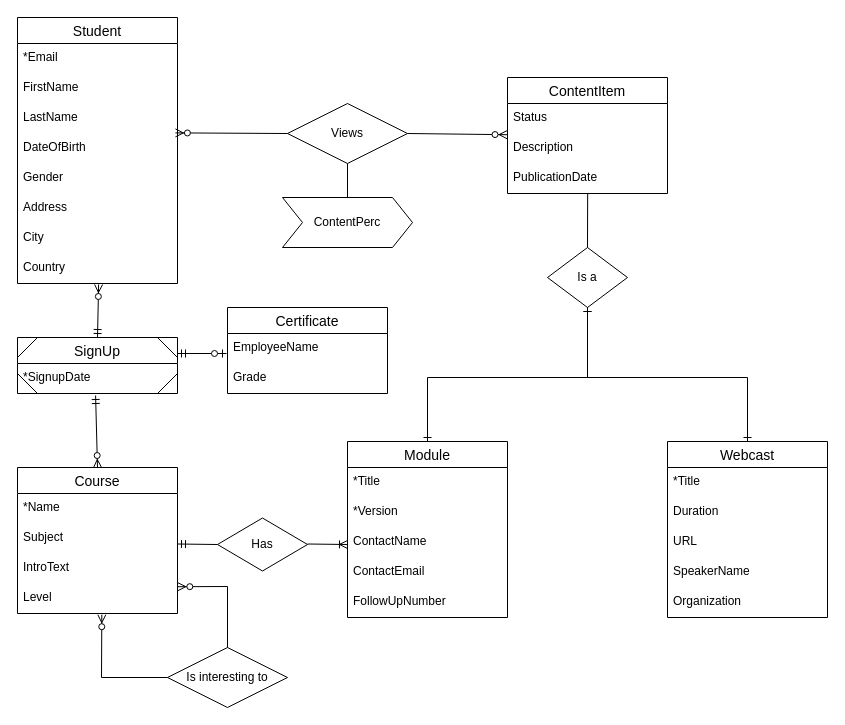
Above: page "ERD" (2 of 2) of Diagrams/Class Diagram en ERD Improved.drawio in TeaDrinkingProgrammer/MRLS-programmeren2 (draw.io), before the change. Source tidied: cells renumbered, new cells numbered last; positions are measured from the earlier drawing's top-left corner, leaving out a move shared by most shapes. Both pictures are drawn from the tidied source at 100%, with x=0, y=0 at pixel (17, 17).
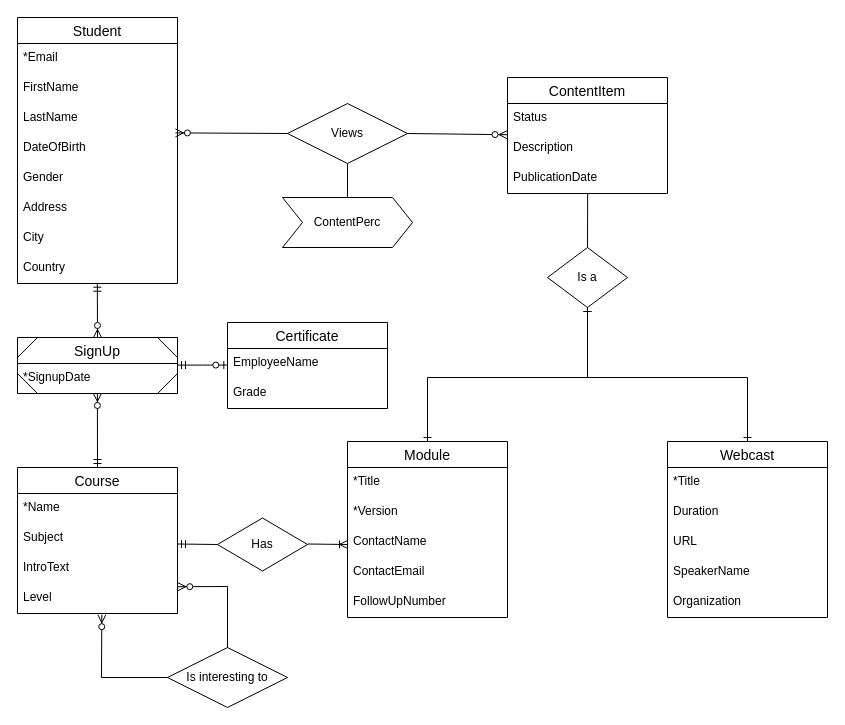
Above is the later version.

Commit message:
changed relationship of sign up

The change refers to these unchanged cells:
```xml
<mxCell id="22" value="Course" style="swimlane;fontStyle=0;horizontal=1;startSize=26;align=center;fontSize=14;" parent="1" vertex="1">
  <mxGeometry y="450" width="160" height="146" as="geometry" />
</mxCell>
<mxCell id="38" value="Country" style="text;strokeColor=none;fillColor=none;spacingLeft=4;spacingRight=4;overflow=hidden;points=[[0,0.5],[1,0.5]];portConstraint=eastwest;fontSize=12;" parent="30" vertex="1">
  <mxGeometry y="236" width="160" height="30" as="geometry" />
</mxCell>
<mxCell id="50" value="SignUp" style="swimlane;fontStyle=0;horizontal=1;startSize=26;align=center;fontSize=14;" parent="1" vertex="1">
  <mxGeometry y="320" width="160" height="56" as="geometry" />
</mxCell>
<mxCell id="53" value="*SignupDate" style="text;strokeColor=none;fillColor=none;spacingLeft=4;spacingRight=4;overflow=hidden;points=[[0,0.5],[1,0.5]];portConstraint=eastwest;fontSize=12;" parent="50" vertex="1">
  <mxGeometry y="26" width="160" height="30" as="geometry" />
</mxCell>
<mxCell id="57" value="EmployeeName" style="text;strokeColor=none;fillColor=none;spacingLeft=4;spacingRight=4;overflow=hidden;points=[[0,0.5],[1,0.5]];portConstraint=eastwest;fontSize=12;" parent="56" vertex="1">
  <mxGeometry y="26" width="160" height="30" as="geometry" />
</mxCell>
```

Change to the diagram source:
```diff
@@
-    <mxCell id="42" style="endArrow=ERzeroToMany;html=1;rounded=0;exitX=0.5;exitY=0;exitDx=0;exitDy=0;entryX=0.507;entryY=1.033;entryDx=0;entryDy=0;entryPerimeter=0;endFill=1;startArrow=ERmandOne;startFill=0;" parent="1" edge="1" source="50" target="38">
+    <mxCell id="42" style="endArrow=ERzeroToMany;html=1;rounded=0;endFill=1;startArrow=ERmandOne;startFill=0;exitX=0.499;exitY=0.99;exitDx=0;exitDy=0;exitPerimeter=0;entryX=0.5;entryY=0;entryDx=0;entryDy=0;" parent="1" edge="1" source="38" target="50">
       <mxGeometry relative="1" as="geometry" />
     </mxCell>
-    <mxCell id="43" style="endArrow=ERmandOne;html=1;rounded=0;exitX=0.5;exitY=0;exitDx=0;exitDy=0;startArrow=ERzeroToMany;startFill=1;endFill=0;entryX=0.488;entryY=1.067;entryDx=0;entryDy=0;entryPerimeter=0;" parent="1" edge="1" source="22" target="53">
-      <mxGeometry relative="1" as="geometry" />
+    <mxCell id="43" style="endArrow=ERzeroToMany;html=1;rounded=0;startArrow=ERmandOne;startFill=0;endFill=1;exitX=0.5;exitY=0;exitDx=0;exitDy=0;" parent="1" edge="1" source="22">
+      <mxGeometry relative="1" as="geometry">
+        <mxPoint x="79.9" y="376" as="targetPoint" />
+      </mxGeometry>
     </mxCell>
@@
-    <mxCell id="49" style="edgeStyle=orthogonalEdgeStyle;rounded=0;jettySize=auto;html=1;endArrow=ERzeroToOne;endFill=1;startArrow=ERmandOne;startFill=0;" parent="1" edge="1" source="50">
+    <mxCell id="49" style="edgeStyle=orthogonalEdgeStyle;rounded=0;jettySize=auto;html=1;endArrow=ERzeroToOne;endFill=1;startArrow=ERmandOne;startFill=0;entryX=0.002;entryY=0.552;entryDx=0;entryDy=0;entryPerimeter=0;" parent="1" edge="1" source="50" target="57">
       <mxGeometry relative="1" as="geometry">
-        <mxPoint x="209" y="336" as="targetPoint" />
         <Array as="points">
-          <mxPoint x="209" y="336" />
+          <mxPoint x="185" y="348" />
         </Array>
       </mxGeometry>
     </mxCell>
@@
     <mxCell id="56" value="Certificate" style="swimlane;fontStyle=0;horizontal=1;startSize=26;align=center;fontSize=14;" parent="1" vertex="1">
-      <mxGeometry x="210" y="290" width="160" height="86" as="geometry" />
+      <mxGeometry x="210" y="305" width="160" height="86" as="geometry" />
     </mxCell>
```
